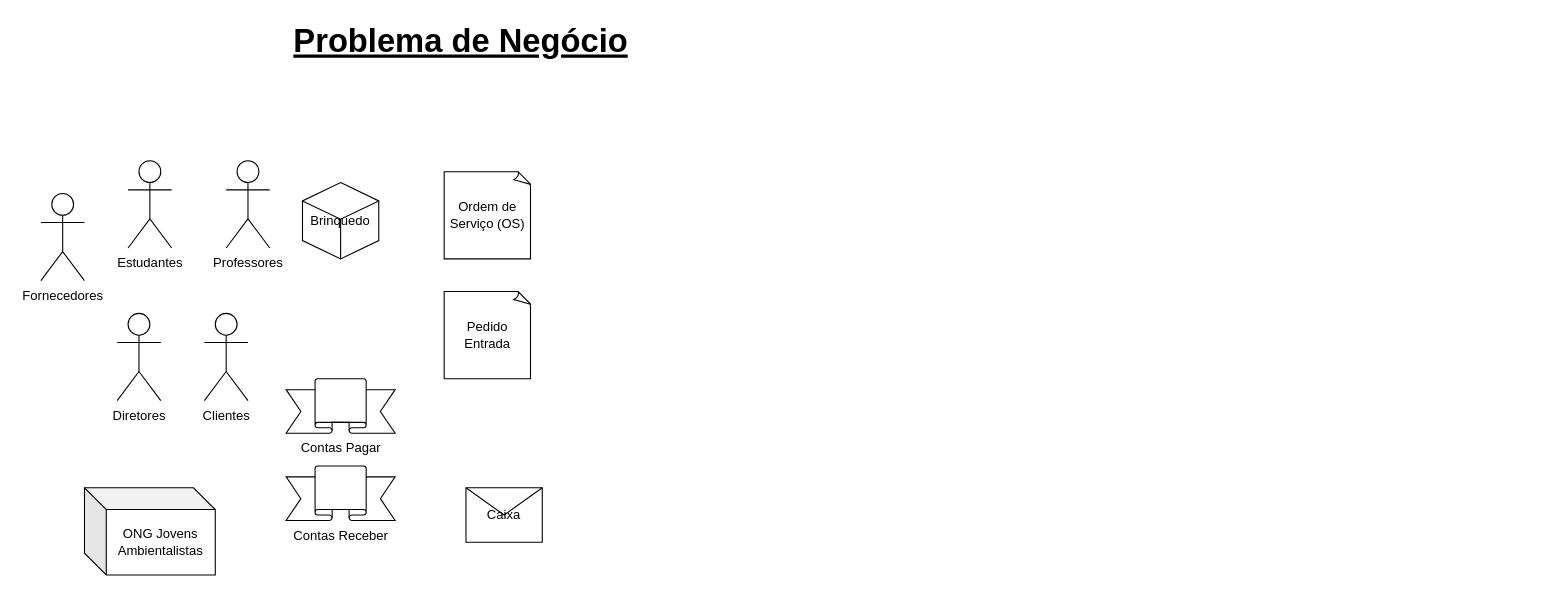
The draw.io diagram APS - Problema.drawio in CSFelix/UML, before the edit. Source tidied: cells renumbered, new cells numbered last; positions are measured from the earlier drawing's top-left corner, leaving out a move shared by most shapes. Both pictures are drawn from the tidied source at 109%, with x=0, y=0 at pixel (40, 19).
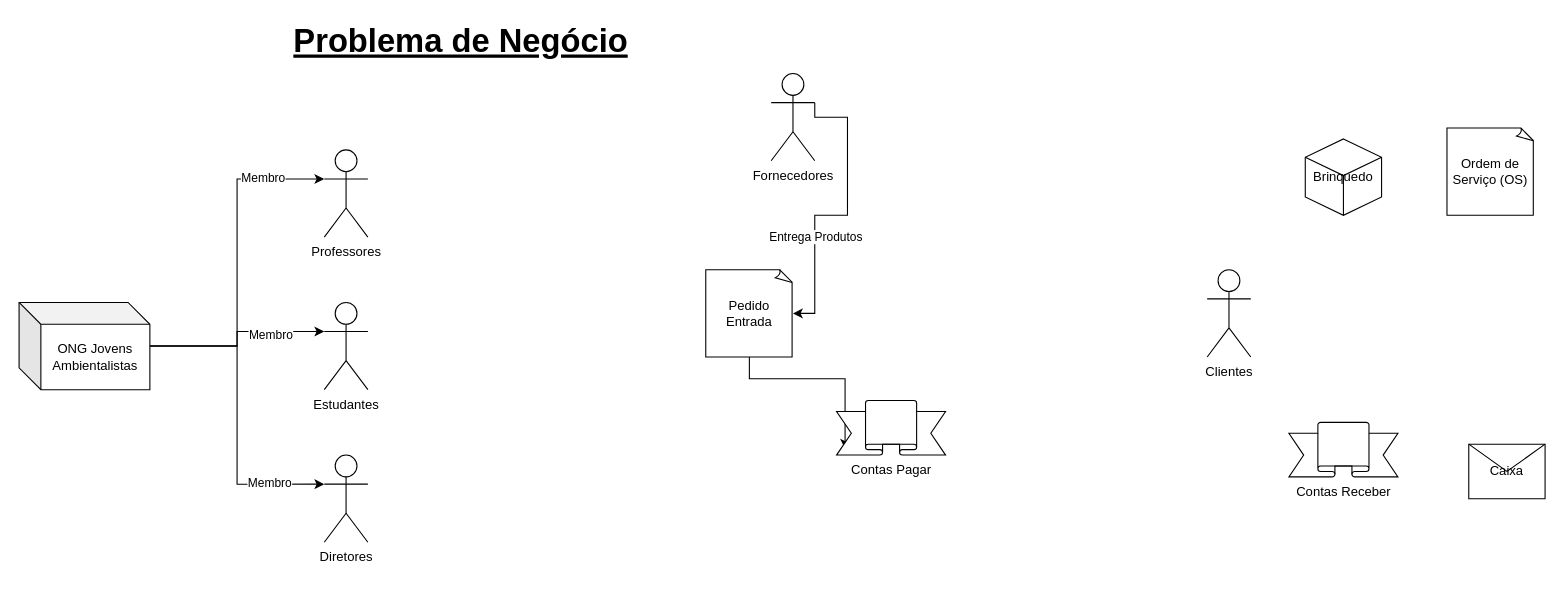
After the change.

Diff of the diagram source:
```diff
@@
     <mxCell id="3" value="Estudantes" style="shape=umlActor;verticalLabelPosition=bottom;verticalAlign=top;html=1;outlineConnect=0;" parent="1" vertex="1">
-      <mxGeometry x="80" y="130" width="40" height="80" as="geometry" />
+      <mxGeometry x="260" y="260" width="40" height="80" as="geometry" />
     </mxCell>
     <mxCell id="4" value="Professores" style="shape=umlActor;verticalLabelPosition=bottom;verticalAlign=top;html=1;outlineConnect=0;" parent="1" vertex="1">
-      <mxGeometry x="170" y="130" width="40" height="80" as="geometry" />
+      <mxGeometry x="260" y="120" width="40" height="80" as="geometry" />
     </mxCell>
     <mxCell id="5" value="Diretores" style="shape=umlActor;verticalLabelPosition=bottom;verticalAlign=top;html=1;outlineConnect=0;" parent="1" vertex="1">
-      <mxGeometry x="70" y="270" width="40" height="80" as="geometry" />
+      <mxGeometry x="260" y="400" width="40" height="80" as="geometry" />
     </mxCell>
     <mxCell id="6" value="Brinquedo" style="whiteSpace=wrap;html=1;shape=mxgraph.basic.isocube;isoAngle=15;" parent="1" vertex="1">
-      <mxGeometry x="240" y="150" width="70" height="70" as="geometry" />
+      <mxGeometry x="1160" y="110" width="70" height="70" as="geometry" />
     </mxCell>
     <mxCell id="7" value="Ordem de Serviço (OS)" style="whiteSpace=wrap;html=1;shape=mxgraph.basic.document;" parent="1" vertex="1">
-      <mxGeometry x="370" y="140" width="80" height="80" as="geometry" />
+      <mxGeometry x="1290" y="100" width="80" height="80" as="geometry" />
     </mxCell>
+    <mxCell id="15" style="edgeStyle=orthogonalEdgeStyle;rounded=0;jettySize=auto;html=1;entryX=0.078;entryY=0.884;entryDx=0;entryDy=0;entryPerimeter=0;exitX=0.5;exitY=1;exitDx=0;exitDy=0;exitPerimeter=0;" parent="1" edge="1" source="8" target="9">
+      <mxGeometry relative="1" as="geometry" />
+    </mxCell>
     <mxCell id="8" value="Pedido Entrada" style="whiteSpace=wrap;html=1;shape=mxgraph.basic.document;" parent="1" vertex="1">
-      <mxGeometry x="370" y="250" width="80" height="80" as="geometry" />
+      <mxGeometry x="610" y="230" width="80" height="80" as="geometry" />
     </mxCell>
     <mxCell id="9" value="Contas Pagar" style="verticalLabelPosition=bottom;verticalAlign=top;html=1;shape=mxgraph.basic.banner;" parent="1" vertex="1">
-      <mxGeometry x="225" y="330" width="100" height="50" as="geometry" />
+      <mxGeometry x="730" y="350" width="100" height="50" as="geometry" />
     </mxCell>
     <mxCell id="10" value="Contas Receber" style="verticalLabelPosition=bottom;verticalAlign=top;html=1;shape=mxgraph.basic.banner;" parent="1" vertex="1">
-      <mxGeometry x="225" y="410" width="100" height="50" as="geometry" />
+      <mxGeometry x="1145" y="370" width="100" height="50" as="geometry" />
     </mxCell>
+    <mxCell id="16" style="edgeStyle=orthogonalEdgeStyle;rounded=0;jettySize=auto;html=1;entryX=0;entryY=0.3333333333333333;entryDx=0;entryDy=0;entryPerimeter=0;" parent="1" edge="1" source="11" target="4">
+      <mxGeometry relative="1" as="geometry" />
+    </mxCell>
+    <mxCell id="17" value="Membro" style="edgeLabel;html=1;align=center;verticalAlign=middle;" parent="16" vertex="1">
+      <mxGeometry x="0.64" y="1" relative="1" as="geometry" />
+    </mxCell>
+    <mxCell id="18" style="edgeStyle=orthogonalEdgeStyle;rounded=0;jettySize=auto;html=1;entryX=0;entryY=0.3333333333333333;entryDx=0;entryDy=0;entryPerimeter=0;" parent="1" edge="1" source="11" target="3">
+      <mxGeometry relative="1" as="geometry" />
+    </mxCell>
+    <mxCell id="19" value="Membro" style="edgeLabel;html=1;align=center;verticalAlign=middle;" parent="18" vertex="1">
+      <mxGeometry x="0.34" y="-3" relative="1" as="geometry">
+        <mxPoint x="7.3" y="0.3" as="offset" />
+      </mxGeometry>
+    </mxCell>
+    <mxCell id="20" style="edgeStyle=orthogonalEdgeStyle;rounded=0;jettySize=auto;html=1;entryX=0;entryY=0.3333333333333333;entryDx=0;entryDy=0;entryPerimeter=0;" parent="1" edge="1" source="11" target="5">
+      <mxGeometry relative="1" as="geometry" />
+    </mxCell>
+    <mxCell id="21" value="Membro" style="edgeLabel;html=1;align=center;verticalAlign=middle;" parent="20" vertex="1">
+      <mxGeometry x="0.57" y="1" relative="1" as="geometry">
+        <mxPoint x="11.7" as="offset" />
+      </mxGeometry>
+    </mxCell>
     <mxCell id="11" value="ONG Jovens Ambientalistas" style="shape=cube;whiteSpace=wrap;html=1;boundedLbl=1;backgroundOutline=1;darkOpacity=0.05;darkOpacity2=0.1;" parent="1" vertex="1">
-      <mxGeometry x="40" y="430" width="120" height="80" as="geometry" />
+      <mxGeometry x="-20" y="260" width="120" height="80" as="geometry" />
     </mxCell>
     <mxCell id="12" value="Clientes" style="shape=umlActor;verticalLabelPosition=bottom;verticalAlign=top;html=1;" parent="1" vertex="1">
-      <mxGeometry x="150" y="270" width="40" height="80" as="geometry" />
+      <mxGeometry x="1070" y="230" width="40" height="80" as="geometry" />
     </mxCell>
+    <mxCell id="22" style="edgeStyle=orthogonalEdgeStyle;rounded=0;jettySize=auto;html=1;entryX=1;entryY=0.5;entryDx=0;entryDy=0;entryPerimeter=0;exitX=1;exitY=0.3333333333333333;exitDx=0;exitDy=0;exitPerimeter=0;" parent="1" edge="1" source="13" target="8">
+      <mxGeometry relative="1" as="geometry">
+        <Array as="points">
+          <mxPoint x="710" y="90" />
+          <mxPoint x="740" y="90" />
+          <mxPoint x="740" y="180" />
+          <mxPoint x="710" y="180" />
+          <mxPoint x="710" y="270" />
+        </Array>
+      </mxGeometry>
+    </mxCell>
+    <mxCell id="23" value="Entrega Produtos" style="edgeLabel;html=1;align=center;verticalAlign=middle;" parent="22" vertex="1">
+      <mxGeometry x="0.68" relative="1" as="geometry">
+        <mxPoint y="-46.7" as="offset" />
+      </mxGeometry>
+    </mxCell>
     <mxCell id="13" value="Fornecedores" style="shape=umlActor;verticalLabelPosition=bottom;verticalAlign=top;html=1;outlineConnect=0;" parent="1" vertex="1">
-      <mxGeometry y="160" width="40" height="80" as="geometry" />
+      <mxGeometry x="670" y="50" width="40" height="80" as="geometry" />
     </mxCell>
     <mxCell id="14" value="Caixa" style="shape=message;html=1;whiteSpace=wrap;html=1;" parent="1" vertex="1">
-      <mxGeometry x="390" y="430" width="70" height="50" as="geometry" />
+      <mxGeometry x="1310" y="390" width="70" height="50" as="geometry" />
     </mxCell>
```
